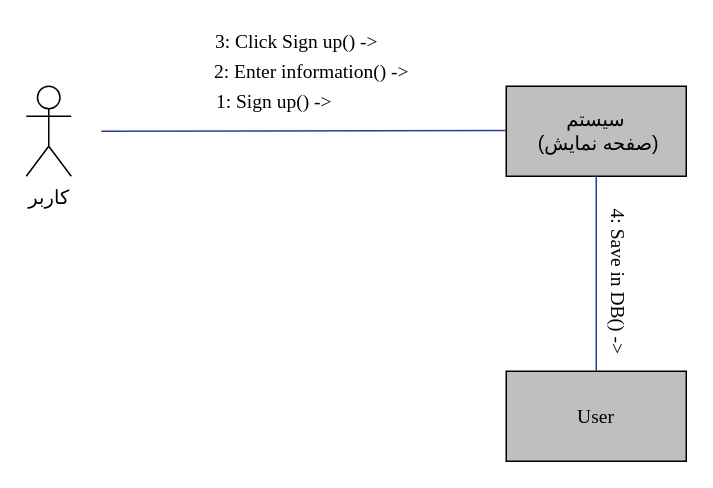
Above: Docs./CommunicationDiagram-Signup.drawio in ShadiMe-flutter/Workout (draw.io), before the change. Source tidied: cells renumbered, new cells numbered last; positions are measured from the earlier drawing's top-left corner, leaving out a move shared by most shapes. Both pictures are drawn from the tidied source at 150%, with x=0, y=0 at pixel (26, 26).
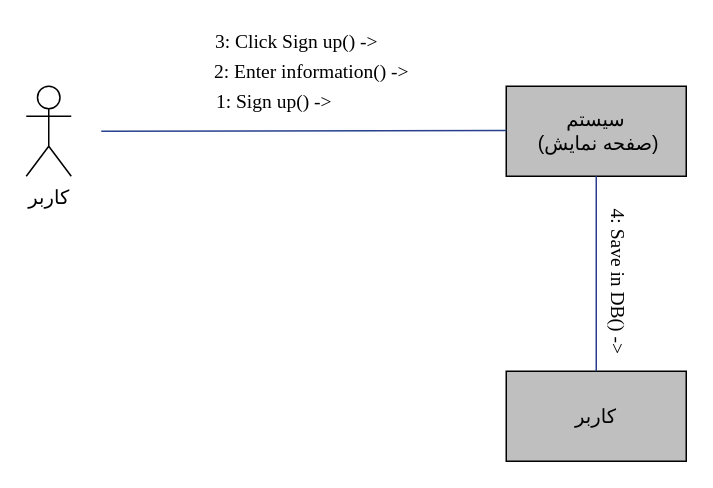
The same page after the edit.

Diff of the diagram source:
```diff
@@
 <mxGraphModel>
   <root>
     <mxCell id="0" />
     <mxCell id="1" parent="0" />
     <mxCell id="2" value="&lt;font style=&quot;font-size: 13px&quot; face=&quot;B Zar&quot;&gt;کاربر&lt;/font&gt;" style="shape=umlActor;verticalLabelPosition=bottom;verticalAlign=top;html=1;" parent="1" vertex="1">
       <mxGeometry y="40" width="30" height="60" as="geometry" />
     </mxCell>
     <mxCell id="3" value="&lt;font face=&quot;B Zar&quot; style=&quot;font-size: 13px&quot;&gt;سیستم&lt;br&gt;&amp;nbsp;(صفحه نمایش)&lt;/font&gt;" style="rounded=0;whiteSpace=wrap;html=1;fillColor=#BFBFBF;" parent="1" vertex="1">
       <mxGeometry x="320" y="40" width="120" height="60" as="geometry" />
     </mxCell>
-    <mxCell id="4" value="&lt;font face=&quot;Times New Roman&quot; style=&quot;font-size: 13px&quot;&gt;User&lt;/font&gt;" style="rounded=0;whiteSpace=wrap;html=1;fillColor=#BFBFBF;" parent="1" vertex="1">
+    <mxCell id="4" value="&lt;font style=&quot;font-size: 13px&quot; face=&quot;B Zar&quot;&gt;کاربر&lt;/font&gt;" style="rounded=0;whiteSpace=wrap;html=1;fillColor=#BFBFBF;" parent="1" vertex="1">
       <mxGeometry x="320" y="230" width="120" height="60" as="geometry" />
     </mxCell>
     <mxCell id="5" style="endArrow=none;html=1;strokeColor=#28408E;" parent="1" edge="1">
       <mxGeometry relative="1" as="geometry">
         <mxPoint x="50" y="70" as="sourcePoint" />
         <mxPoint x="320" y="69.5" as="targetPoint" />
       </mxGeometry>
     </mxCell>
     <mxCell id="6" style="endArrow=none;html=1;exitX=0.5;exitY=0;exitDx=0;exitDy=0;entryX=0.5;entryY=1;entryDx=0;entryDy=0;strokeColor=#28408E;" parent="1" edge="1" source="4" target="3">
       <mxGeometry relative="1" as="geometry" />
     </mxCell>
     <mxCell id="7" value="&lt;font face=&quot;Times New Roman&quot; style=&quot;font-size: 13px&quot;&gt;1: Sign up() -&amp;gt;&lt;/font&gt;" style="text;html=1;align=center;verticalAlign=middle;" parent="1" vertex="1">
       <mxGeometry x="120" y="40" width="90" height="20" as="geometry" />
     </mxCell>
     <mxCell id="8" value="&lt;font face=&quot;Times New Roman&quot; style=&quot;font-size: 13px&quot;&gt;2: Enter information() -&amp;gt;&lt;/font&gt;" style="text;html=1;align=center;verticalAlign=middle;" parent="1" vertex="1">
       <mxGeometry x="115" y="20" width="150" height="20" as="geometry" />
     </mxCell>
     <mxCell id="9" value="&lt;font face=&quot;Times New Roman&quot; style=&quot;font-size: 13px&quot;&gt;3: Click Sign up() -&amp;gt;&lt;/font&gt;" style="text;html=1;align=center;verticalAlign=middle;" parent="1" vertex="1">
       <mxGeometry x="120" width="120" height="20" as="geometry" />
     </mxCell>
     <mxCell id="10" value="&lt;font face=&quot;Times New Roman&quot; style=&quot;font-size: 13px&quot;&gt;4: Save in DB() -&amp;gt;&lt;/font&gt;" style="text;html=1;align=center;verticalAlign=middle;rotation=90;" parent="1" vertex="1">
       <mxGeometry x="340" y="160" width="110" height="20" as="geometry" />
     </mxCell>
   </root>
 </mxGraphModel>
```
